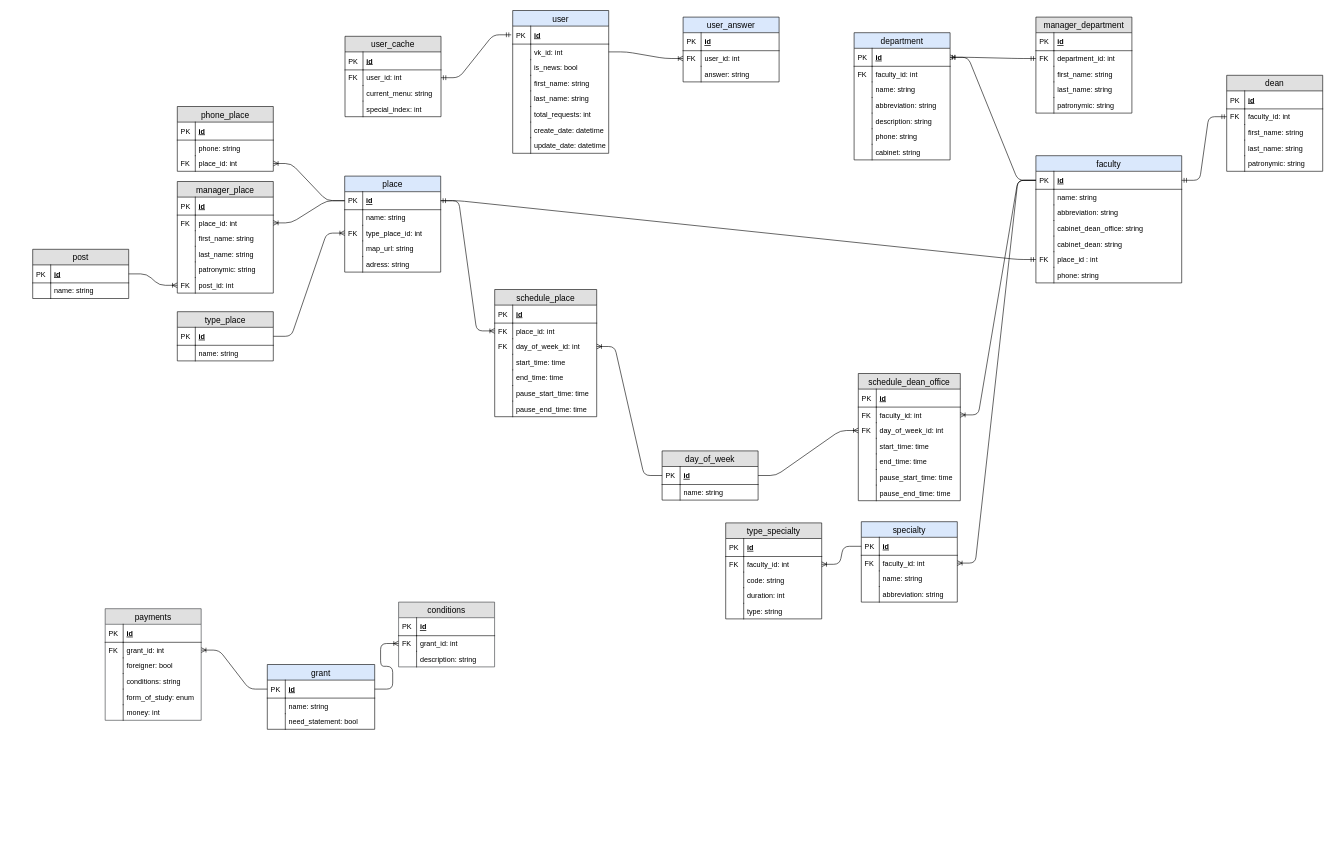
Earlier version of the draw.io diagram page "БД" (1 of 2) of scheme.drawio (AlertRED/dstu-vk-bot). Source tidied: cells renumbered, new cells numbered last; positions are measured from the earlier drawing's top-left corner, leaving out a move shared by most shapes. Both pictures are drawn from the tidied source at 60%, with x=0, y=0 at pixel (32, 10).
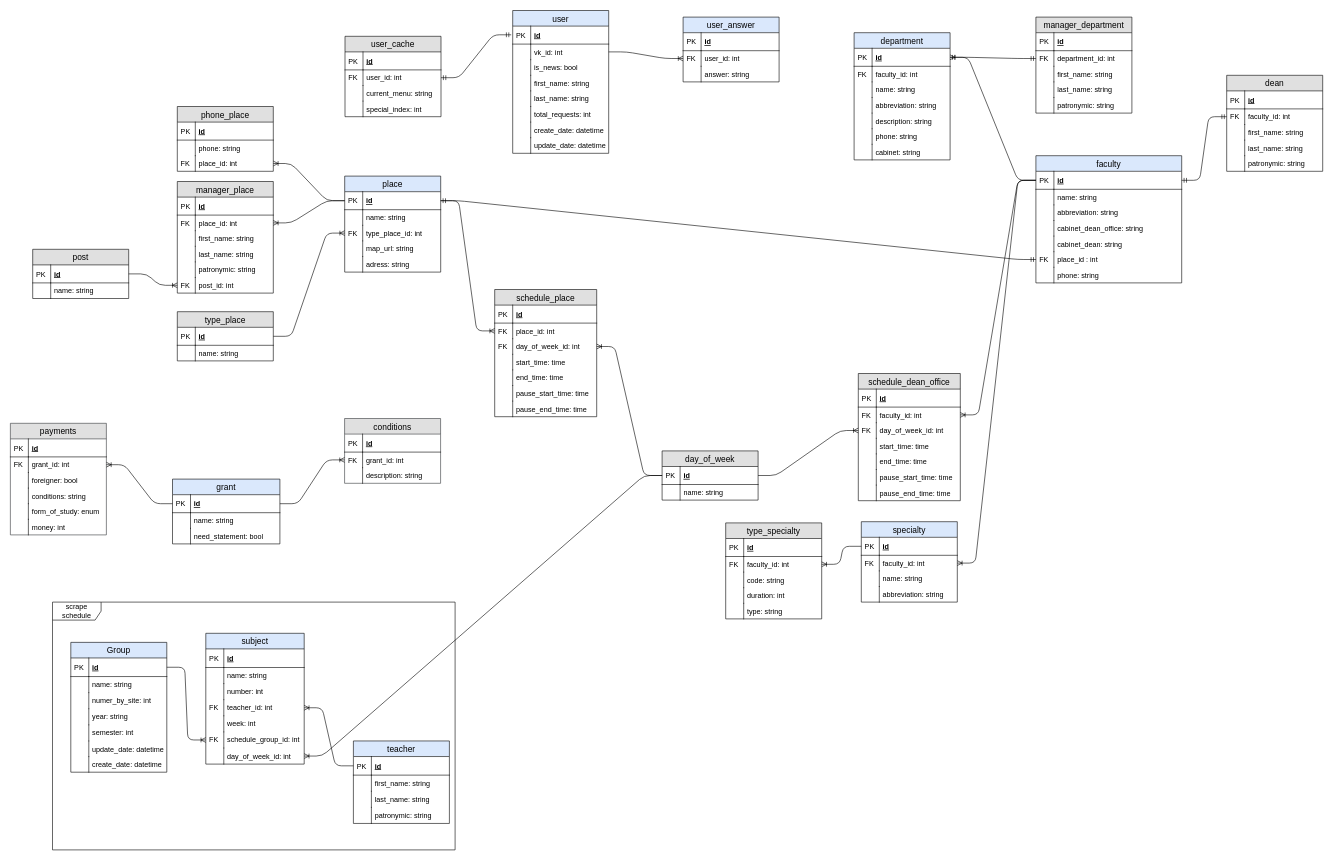
After the change.

Commit message (it also covers changes not shown here):
add models of schedule

The change refers to these unchanged cells:
```xml
<mxCell id="65" value="id" style="shape=partialRectangle;top=0;left=0;right=0;bottom=1;align=left;verticalAlign=middle;fillColor=none;spacingLeft=34;spacingRight=4;overflow=hidden;points=[[0,0.5],[1,0.5]];portConstraint=eastwest;fontStyle=5;fontSize=12;" parent="64" vertex="1">
  <mxGeometry y="26" width="160" height="30" as="geometry" />
</mxCell>
```

What changed in the source:
```diff
@@
     <mxCell id="145" value="grant" style="swimlane;fontStyle=0;horizontal=1;startSize=26;fillColor=#dae8fc;swimlaneFillColor=#ffffff;align=center;fontSize=14;strokeColor=#000000;" parent="1" vertex="1">
-      <mxGeometry x="391" y="1090" width="179" height="108" as="geometry" />
+      <mxGeometry x="233" y="781" width="179" height="108" as="geometry" />
     </mxCell>
@@
     <mxCell id="152" value="payments" style="swimlane;fontStyle=0;horizontal=1;startSize=26;fillColor=#E0E0E0;swimlaneFillColor=#ffffff;align=center;fontSize=14;strokeColor=#36393d;" parent="1" vertex="1">
-      <mxGeometry x="120.8" y="997" width="160" height="186" as="geometry" />
+      <mxGeometry x="-37.2" y="688" width="160" height="186" as="geometry" />
     </mxCell>
@@
     <mxCell id="190" value="conditions" style="swimlane;fontStyle=0;horizontal=1;startSize=26;fillColor=#E0E0E0;swimlaneFillColor=#ffffff;align=center;fontSize=14;strokeColor=#36393d;" parent="1" vertex="1">
-      <mxGeometry x="609.8" y="986" width="160" height="108" as="geometry" />
+      <mxGeometry x="519.8" y="680" width="160" height="108" as="geometry" />
     </mxCell>
@@
+    <mxCell id="228" style="group;" parent="1" vertex="1">
+      <mxGeometry x="32.5" y="986.2" width="671" height="413" as="geometry" />
+    </mxCell>
+    <mxCell id="229" style="group;" parent="228" vertex="1">
+      <mxGeometry width="671" height="413" as="geometry" />
+    </mxCell>
+    <mxCell id="230" style="group;" parent="229" vertex="1">
+      <mxGeometry y="-0.2" width="671" height="413" as="geometry" />
+    </mxCell>
+    <mxCell id="231" style="group;" parent="230" vertex="1">
+      <mxGeometry width="671" height="413" as="geometry" />
+    </mxCell>
+    <mxCell id="232" value="scrape schedule" style="shape=umlFrame;whiteSpace=wrap;html=1;fillColor=none;width=81;height=30;" parent="231" vertex="1">
+      <mxGeometry x="0.5" width="671" height="413" as="geometry" />
+    </mxCell>
+    <mxCell id="233" value="Group" style="swimlane;fontStyle=0;horizontal=1;startSize=26;fillColor=#dae8fc;swimlaneFillColor=#ffffff;align=center;fontSize=14;strokeColor=#000000;" parent="231" vertex="1">
+      <mxGeometry x="31" y="67.1" width="160" height="216.4" as="geometry" />
+    </mxCell>
+    <mxCell id="234" value="id" style="shape=partialRectangle;top=0;left=0;right=0;bottom=1;align=left;verticalAlign=middle;fillColor=none;spacingLeft=34;spacingRight=4;overflow=hidden;points=[[0,0.5],[1,0.5]];portConstraint=eastwest;fontStyle=5;fontSize=12;" parent="233" vertex="1">
+      <mxGeometry y="26" width="160" height="31" as="geometry" />
+    </mxCell>
+    <mxCell id="235" value="PK" style="shape=partialRectangle;top=0;left=0;bottom=0;fillColor=none;align=left;verticalAlign=middle;spacingLeft=4;spacingRight=4;overflow=hidden;fontSize=12;" parent="234" vertex="1">
+      <mxGeometry width="30" height="31" as="geometry" />
+    </mxCell>
+    <mxCell id="236" value="name: string" style="shape=partialRectangle;top=0;left=0;right=0;bottom=0;align=left;verticalAlign=top;fillColor=none;spacingLeft=34;spacingRight=4;overflow=hidden;fontSize=12;" parent="233" vertex="1">
+      <mxGeometry y="57" width="160" height="26.8" as="geometry" />
+    </mxCell>
+    <mxCell id="237" style="shape=partialRectangle;top=0;left=0;bottom=0;fillColor=none;align=left;verticalAlign=top;spacingLeft=4;spacingRight=4;overflow=hidden;fontSize=12;" parent="236" vertex="1">
+      <mxGeometry width="30" height="26.8" as="geometry" />
+    </mxCell>
+    <mxCell id="238" value="numer_by_site: int" style="shape=partialRectangle;top=0;left=0;right=0;bottom=0;align=left;verticalAlign=top;fillColor=none;spacingLeft=34;spacingRight=4;overflow=hidden;fontSize=12;" parent="233" vertex="1">
+      <mxGeometry y="83.8" width="160" height="26.8" as="geometry" />
+    </mxCell>
+    <mxCell id="239" style="shape=partialRectangle;top=0;left=0;bottom=0;fillColor=none;align=left;verticalAlign=top;spacingLeft=4;spacingRight=4;overflow=hidden;fontSize=12;" parent="238" vertex="1">
+      <mxGeometry width="30" height="26.8" as="geometry" />
+    </mxCell>
+    <mxCell id="240" value="year: string" style="shape=partialRectangle;top=0;left=0;right=0;bottom=0;align=left;verticalAlign=top;fillColor=none;spacingLeft=34;spacingRight=4;overflow=hidden;fontSize=12;" parent="233" vertex="1">
+      <mxGeometry y="110.7" width="160" height="26.8" as="geometry" />
+    </mxCell>
+    <mxCell id="241" style="shape=partialRectangle;top=0;left=0;bottom=0;fillColor=none;align=left;verticalAlign=top;spacingLeft=4;spacingRight=4;overflow=hidden;fontSize=12;" parent="240" vertex="1">
+      <mxGeometry width="30" height="26.8" as="geometry" />
+    </mxCell>
+    <mxCell id="242" value="semester: int" style="shape=partialRectangle;top=0;left=0;right=0;bottom=0;align=left;verticalAlign=top;fillColor=none;spacingLeft=34;spacingRight=4;overflow=hidden;fontSize=12;" parent="233" vertex="1">
+      <mxGeometry y="137.5" width="160" height="26.8" as="geometry" />
+    </mxCell>
+    <mxCell id="243" style="shape=partialRectangle;top=0;left=0;bottom=0;fillColor=none;align=left;verticalAlign=top;spacingLeft=4;spacingRight=4;overflow=hidden;fontSize=12;" parent="242" vertex="1">
+      <mxGeometry width="30" height="26.8" as="geometry" />
+    </mxCell>
+    <mxCell id="244" value="update_date: datetime" style="shape=partialRectangle;top=0;left=0;right=0;bottom=0;align=left;verticalAlign=top;fillColor=none;spacingLeft=34;spacingRight=4;overflow=hidden;fontSize=12;" parent="233" vertex="1">
+      <mxGeometry y="164.4" width="160" height="26" as="geometry" />
+    </mxCell>
+    <mxCell id="245" style="shape=partialRectangle;top=0;left=0;bottom=0;fillColor=none;align=left;verticalAlign=top;spacingLeft=4;spacingRight=4;overflow=hidden;fontSize=12;" parent="244" vertex="1">
+      <mxGeometry width="30" height="26" as="geometry" />
+    </mxCell>
+    <mxCell id="246" value="create_date: datetime" style="shape=partialRectangle;top=0;left=0;right=0;bottom=0;align=left;verticalAlign=top;fillColor=none;spacingLeft=34;spacingRight=4;overflow=hidden;fontSize=12;" parent="233" vertex="1">
+      <mxGeometry y="190.4" width="160" height="26" as="geometry" />
+    </mxCell>
+    <mxCell id="247" style="shape=partialRectangle;top=0;left=0;bottom=0;fillColor=none;align=left;verticalAlign=top;spacingLeft=4;spacingRight=4;overflow=hidden;fontSize=12;" parent="246" vertex="1">
+      <mxGeometry width="30" height="26" as="geometry" />
+    </mxCell>
+    <mxCell id="248" value="teacher" style="swimlane;fontStyle=0;horizontal=1;startSize=26;fillColor=#dae8fc;swimlaneFillColor=#ffffff;align=center;fontSize=14;strokeColor=#000000;" parent="231" vertex="1">
+      <mxGeometry x="502" y="231.4" width="160" height="137.5" as="geometry" />
+    </mxCell>
+    <mxCell id="249" value="id" style="shape=partialRectangle;top=0;left=0;right=0;bottom=1;align=left;verticalAlign=middle;fillColor=none;spacingLeft=34;spacingRight=4;overflow=hidden;points=[[0,0.5],[1,0.5]];portConstraint=eastwest;fontStyle=5;fontSize=12;" parent="248" vertex="1">
+      <mxGeometry y="26" width="160" height="31" as="geometry" />
+    </mxCell>
+    <mxCell id="250" value="PK" style="shape=partialRectangle;top=0;left=0;bottom=0;fillColor=none;align=left;verticalAlign=middle;spacingLeft=4;spacingRight=4;overflow=hidden;fontSize=12;" parent="249" vertex="1">
+      <mxGeometry width="30" height="31" as="geometry" />
+    </mxCell>
+    <mxCell id="251" value="first_name: string" style="shape=partialRectangle;top=0;left=0;right=0;bottom=0;align=left;verticalAlign=top;fillColor=none;spacingLeft=34;spacingRight=4;overflow=hidden;fontSize=12;" parent="248" vertex="1">
+      <mxGeometry y="57" width="160" height="26.8" as="geometry" />
+    </mxCell>
+    <mxCell id="252" style="shape=partialRectangle;top=0;left=0;bottom=0;fillColor=none;align=left;verticalAlign=top;spacingLeft=4;spacingRight=4;overflow=hidden;fontSize=12;" parent="251" vertex="1">
+      <mxGeometry width="30" height="26.8" as="geometry" />
+    </mxCell>
+    <mxCell id="253" value="last_name: string" style="shape=partialRectangle;top=0;left=0;right=0;bottom=0;align=left;verticalAlign=top;fillColor=none;spacingLeft=34;spacingRight=4;overflow=hidden;fontSize=12;" parent="248" vertex="1">
+      <mxGeometry y="83.8" width="160" height="26.8" as="geometry" />
+    </mxCell>
+    <mxCell id="254" style="shape=partialRectangle;top=0;left=0;bottom=0;fillColor=none;align=left;verticalAlign=top;spacingLeft=4;spacingRight=4;overflow=hidden;fontSize=12;" parent="253" vertex="1">
+      <mxGeometry width="30" height="26.8" as="geometry" />
+    </mxCell>
+    <mxCell id="255" value="patronymic: string" style="shape=partialRectangle;top=0;left=0;right=0;bottom=0;align=left;verticalAlign=top;fillColor=none;spacingLeft=34;spacingRight=4;overflow=hidden;fontSize=12;" parent="248" vertex="1">
+      <mxGeometry y="110.7" width="160" height="26.8" as="geometry" />
+    </mxCell>
+    <mxCell id="256" style="shape=partialRectangle;top=0;left=0;bottom=0;fillColor=none;align=left;verticalAlign=top;spacingLeft=4;spacingRight=4;overflow=hidden;fontSize=12;" parent="255" vertex="1">
+      <mxGeometry width="30" height="26.8" as="geometry" />
+    </mxCell>
+    <mxCell id="257" value="subject" style="swimlane;fontStyle=0;horizontal=1;startSize=26;fillColor=#dae8fc;swimlaneFillColor=#ffffff;align=center;fontSize=14;strokeColor=#000000;" parent="230" vertex="1">
+      <mxGeometry x="256" y="52" width="164" height="218" as="geometry" />
+    </mxCell>
+    <mxCell id="258" value="id" style="shape=partialRectangle;top=0;left=0;right=0;bottom=1;align=left;verticalAlign=middle;fillColor=none;spacingLeft=34;spacingRight=4;overflow=hidden;fontStyle=5;fontSize=12;" parent="257" vertex="1">
+      <mxGeometry y="26" width="164" height="31" as="geometry" />
+    </mxCell>
+    <mxCell id="259" value="PK" style="shape=partialRectangle;top=0;left=0;bottom=0;fillColor=none;align=left;verticalAlign=middle;spacingLeft=4;spacingRight=4;overflow=hidden;fontSize=12;" parent="258" vertex="1">
+      <mxGeometry width="30" height="31" as="geometry" />
+    </mxCell>
+    <mxCell id="260" value="name: string" style="shape=partialRectangle;top=0;left=0;right=0;bottom=0;align=left;verticalAlign=top;fillColor=none;spacingLeft=34;spacingRight=4;overflow=hidden;fontSize=12;" parent="257" vertex="1">
+      <mxGeometry y="57" width="164" height="26.8" as="geometry" />
+    </mxCell>
+    <mxCell id="261" style="shape=partialRectangle;top=0;left=0;bottom=0;fillColor=none;align=left;verticalAlign=top;spacingLeft=4;spacingRight=4;overflow=hidden;fontSize=12;" parent="260" vertex="1">
+      <mxGeometry width="30" height="26.8" as="geometry" />
+    </mxCell>
+    <mxCell id="262" value="number: int" style="shape=partialRectangle;top=0;left=0;right=0;bottom=0;align=left;verticalAlign=top;fillColor=none;spacingLeft=34;spacingRight=4;overflow=hidden;fontSize=12;" parent="257" vertex="1">
+      <mxGeometry y="83.8" width="164" height="26.8" as="geometry" />
+    </mxCell>
+    <mxCell id="263" style="shape=partialRectangle;top=0;left=0;bottom=0;fillColor=none;align=left;verticalAlign=top;spacingLeft=4;spacingRight=4;overflow=hidden;fontSize=12;" parent="262" vertex="1">
+      <mxGeometry width="30" height="26.8" as="geometry" />
+    </mxCell>
+    <mxCell id="264" value="teacher_id: int" style="shape=partialRectangle;top=0;left=0;right=0;bottom=0;align=left;verticalAlign=top;fillColor=none;spacingLeft=34;spacingRight=4;overflow=hidden;points=[[0,0.5],[1,0.5]];portConstraint=eastwest;fontSize=12;" parent="257" vertex="1">
+      <mxGeometry y="110.7" width="164" height="26.8" as="geometry" />
+    </mxCell>
+    <mxCell id="265" value="FK" style="shape=partialRectangle;top=0;left=0;bottom=0;fillColor=none;align=left;verticalAlign=top;spacingLeft=4;spacingRight=4;overflow=hidden;fontSize=12;" parent="264" vertex="1">
+      <mxGeometry width="30" height="26.8" as="geometry" />
+    </mxCell>
+    <mxCell id="266" value="week: int" style="shape=partialRectangle;top=0;left=0;right=0;bottom=0;align=left;verticalAlign=top;fillColor=none;spacingLeft=34;spacingRight=4;overflow=hidden;fontSize=12;" parent="257" vertex="1">
+      <mxGeometry y="137.5" width="164" height="26.8" as="geometry" />
+    </mxCell>
+    <mxCell id="267" style="shape=partialRectangle;top=0;left=0;bottom=0;fillColor=none;align=left;verticalAlign=top;spacingLeft=4;spacingRight=4;overflow=hidden;fontSize=12;" parent="266" vertex="1">
+      <mxGeometry width="30" height="26.8" as="geometry" />
+    </mxCell>
+    <mxCell id="268" value="schedule_group_id: int" style="shape=partialRectangle;top=0;left=0;right=0;bottom=0;align=left;verticalAlign=top;fillColor=none;spacingLeft=34;spacingRight=4;overflow=hidden;points=[[0,0.5],[1,0.5]];portConstraint=eastwest;fontSize=12;" parent="257" vertex="1">
+      <mxGeometry y="164.4" width="164" height="26.8" as="geometry" />
+    </mxCell>
+    <mxCell id="269" value="FK" style="shape=partialRectangle;top=0;left=0;bottom=0;fillColor=none;align=left;verticalAlign=top;spacingLeft=4;spacingRight=4;overflow=hidden;fontSize=12;" parent="268" vertex="1">
+      <mxGeometry width="30" height="26.8" as="geometry" />
+    </mxCell>
+    <mxCell id="270" value="day_of_week_id: int" style="shape=partialRectangle;top=0;left=0;right=0;bottom=0;align=left;verticalAlign=top;fillColor=none;spacingLeft=34;spacingRight=4;overflow=hidden;points=[[0,0.5],[1,0.5]];portConstraint=eastwest;fontSize=12;" parent="257" vertex="1">
+      <mxGeometry y="191.2" width="164" height="26.8" as="geometry" />
+    </mxCell>
+    <mxCell id="271" style="shape=partialRectangle;top=0;left=0;bottom=0;fillColor=none;align=left;verticalAlign=top;spacingLeft=4;spacingRight=4;overflow=hidden;fontSize=12;" parent="270" vertex="1">
+      <mxGeometry width="30" height="26.8" as="geometry" />
+    </mxCell>
+    <mxCell id="272" style="edgeStyle=entityRelationEdgeStyle;fontSize=11;html=1;endArrow=ERoneToMany;fontFamily=Helvetica;fontColor=#000000;align=center;strokeColor=#000000;entryX=0;entryY=0.5;entryDx=0;entryDy=0;exitX=1;exitY=0.5;exitDx=0;exitDy=0;" parent="230" edge="1" source="234" target="268">
+      <mxGeometry relative="1" as="geometry" />
+    </mxCell>
+    <mxCell id="273" style="edgeStyle=entityRelationEdgeStyle;fontSize=12;html=1;endArrow=none;exitX=1;exitY=0.5;exitDx=0;exitDy=0;endFill=0;startArrow=ERoneToMany;startFill=0;entryX=0;entryY=0.5;entryDx=0;entryDy=0;" parent="230" edge="1" source="264" target="249">
+      <mxGeometry relative="1" as="geometry" />
+    </mxCell>
+    <mxCell id="274" style="edgeStyle=entityRelationEdgeStyle;fontSize=12;html=1;endArrow=none;exitX=1;exitY=0.5;exitDx=0;exitDy=0;endFill=0;startArrow=ERoneToMany;startFill=0;entryX=0;entryY=0.5;entryDx=0;entryDy=0;" parent="1" edge="1" source="270" target="65">
+      <mxGeometry relative="1" as="geometry" />
+    </mxCell>
```
